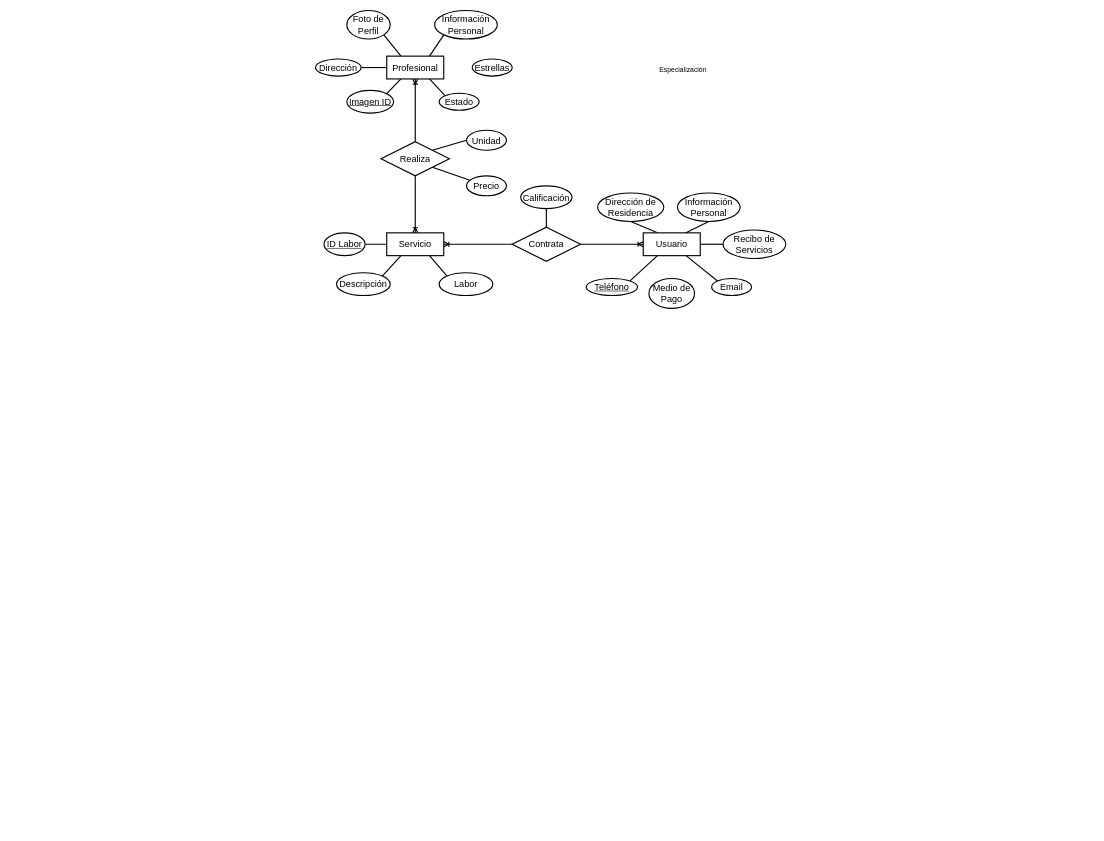
The draw.io diagram Diagramas/Dragrama Entidad-Relacion.drawio in Hazzard1912/domesticapp, before the edit. Source tidied: cells renumbered, new cells numbered last; positions are measured from the earlier drawing's top-left corner, leaving out a move shared by most shapes. Both pictures are drawn from the tidied source at 57%, with x=0, y=0 at pixel (315, 10).
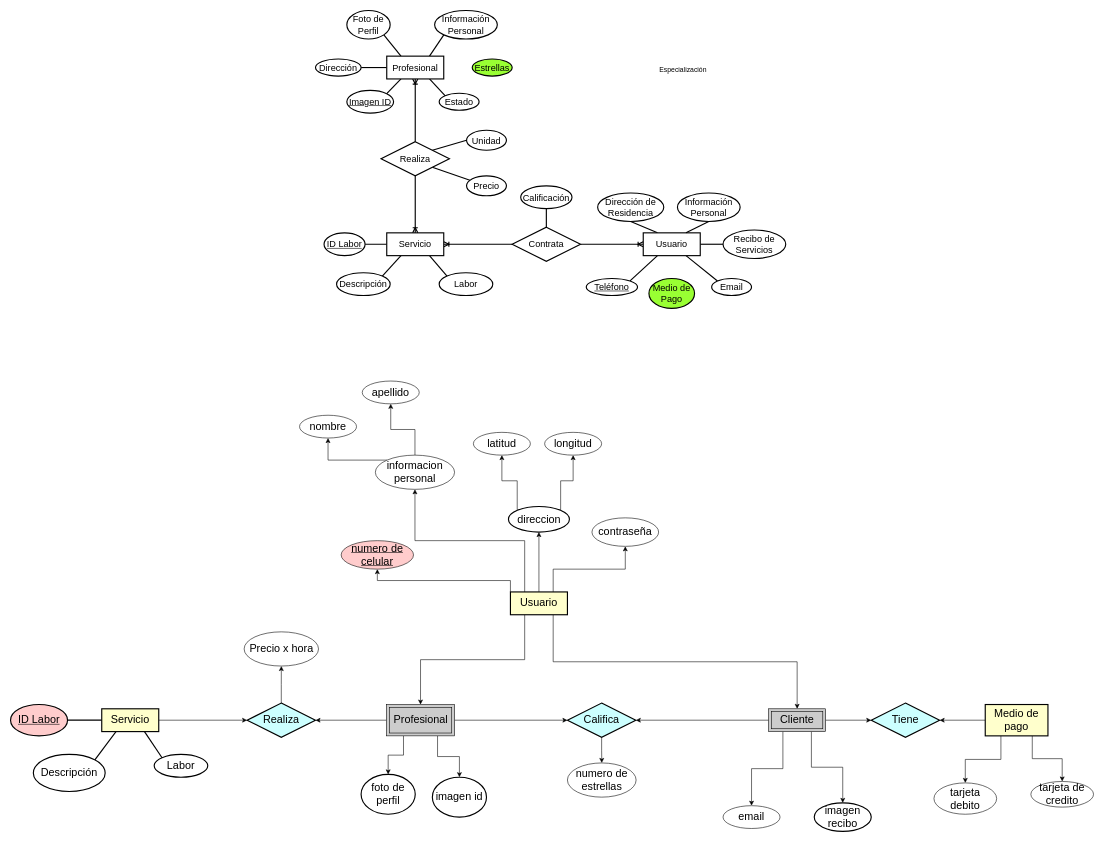
The same page after the edit.

What changed in the source:
```diff
@@
-    <mxCell id="39" value="Medio de Pago" style="ellipse;whiteSpace=wrap;html=1;align=center;fontSize=16;strokeWidth=2;" parent="1" vertex="1">
+    <mxCell id="39" value="Medio de Pago" style="ellipse;whiteSpace=wrap;html=1;align=center;fontSize=16;strokeWidth=2;fillColor=#99FF33;" parent="1" vertex="1">
       <mxGeometry x="585" y="470" width="80" height="52.5" as="geometry" />
     </mxCell>
@@
-    <mxCell id="42" value="Estrellas" style="ellipse;whiteSpace=wrap;html=1;align=center;fontSize=16;strokeWidth=2;" parent="1" vertex="1">
+    <mxCell id="42" value="Estrellas" style="ellipse;whiteSpace=wrap;html=1;align=center;fontSize=16;strokeWidth=2;fillColor=#99FF33;" parent="1" vertex="1">
       <mxGeometry x="275" y="85" width="70" height="30" as="geometry" />
     </mxCell>
@@
+    <mxCell id="46" style="edgeStyle=orthogonalEdgeStyle;rounded=0;jettySize=auto;html=1;exitX=0.25;exitY=1;exitDx=0;exitDy=0;entryX=0.5;entryY=0;entryDx=0;entryDy=0;fontSize=19;" parent="1" edge="1" source="52" target="57">
+      <mxGeometry relative="1" as="geometry" />
+    </mxCell>
+    <mxCell id="47" style="edgeStyle=orthogonalEdgeStyle;rounded=0;jettySize=auto;html=1;exitX=0.75;exitY=1;exitDx=0;exitDy=0;entryX=0.5;entryY=0;entryDx=0;entryDy=0;fontSize=19;" parent="1" edge="1" source="52" target="62">
+      <mxGeometry relative="1" as="geometry" />
+    </mxCell>
+    <mxCell id="48" style="edgeStyle=orthogonalEdgeStyle;rounded=0;jettySize=auto;html=1;exitX=0.5;exitY=0;exitDx=0;exitDy=0;entryX=0.5;entryY=1;entryDx=0;entryDy=0;fontSize=19;" parent="1" edge="1" source="52" target="65">
+      <mxGeometry relative="1" as="geometry" />
+    </mxCell>
+    <mxCell id="49" style="edgeStyle=orthogonalEdgeStyle;rounded=0;jettySize=auto;html=1;exitX=0;exitY=0;exitDx=0;exitDy=0;entryX=0.5;entryY=1;entryDx=0;entryDy=0;fontSize=19;" parent="1" edge="1" source="52" target="80">
+      <mxGeometry relative="1" as="geometry" />
+    </mxCell>
+    <mxCell id="50" style="edgeStyle=orthogonalEdgeStyle;rounded=0;jettySize=auto;html=1;exitX=0.25;exitY=0;exitDx=0;exitDy=0;entryX=0.5;entryY=1;entryDx=0;entryDy=0;fontSize=19;" parent="1" edge="1" source="52" target="73">
+      <mxGeometry relative="1" as="geometry" />
+    </mxCell>
+    <mxCell id="51" style="edgeStyle=orthogonalEdgeStyle;rounded=0;jettySize=auto;html=1;exitX=0.75;exitY=0;exitDx=0;exitDy=0;entryX=0.5;entryY=1;entryDx=0;entryDy=0;fontSize=19;" parent="1" edge="1" source="52" target="79">
+      <mxGeometry relative="1" as="geometry" />
+    </mxCell>
+    <mxCell id="52" value="Usuario" style="whiteSpace=wrap;html=1;align=center;strokeWidth=2;fontSize=19;fillColor=#FFFFCC;" parent="1" vertex="1">
+      <mxGeometry x="342" y="1020" width="100" height="40" as="geometry" />
+    </mxCell>
+    <mxCell id="53" style="edgeStyle=orthogonalEdgeStyle;rounded=0;jettySize=auto;html=1;exitX=0;exitY=0.5;exitDx=0;exitDy=0;entryX=1;entryY=0.5;entryDx=0;entryDy=0;fontSize=19;" parent="1" edge="1" source="57" target="75">
+      <mxGeometry relative="1" as="geometry" />
+    </mxCell>
+    <mxCell id="54" style="edgeStyle=orthogonalEdgeStyle;rounded=0;jettySize=auto;html=1;exitX=1;exitY=0.5;exitDx=0;exitDy=0;entryX=0;entryY=0.5;entryDx=0;entryDy=0;fontSize=19;" parent="1" edge="1" source="57" target="94">
+      <mxGeometry relative="1" as="geometry" />
+    </mxCell>
+    <mxCell id="55" style="edgeStyle=orthogonalEdgeStyle;rounded=0;jettySize=auto;html=1;exitX=0.25;exitY=1;exitDx=0;exitDy=0;entryX=0.5;entryY=0;entryDx=0;entryDy=0;fontSize=19;" parent="1" edge="1" source="57" target="68">
+      <mxGeometry relative="1" as="geometry" />
+    </mxCell>
+    <mxCell id="56" style="edgeStyle=orthogonalEdgeStyle;rounded=0;jettySize=auto;html=1;exitX=0.75;exitY=1;exitDx=0;exitDy=0;entryX=0.5;entryY=0;entryDx=0;entryDy=0;fontSize=19;" parent="1" edge="1" source="57" target="99">
+      <mxGeometry relative="1" as="geometry" />
+    </mxCell>
+    <mxCell id="57" value="Profesional" style="shape=ext;margin=3;double=1;whiteSpace=wrap;html=1;align=center;fillColor=#CCCCCC;fontSize=19;" parent="1" vertex="1">
+      <mxGeometry x="124.5" y="1217.5" width="119.5" height="55" as="geometry" />
+    </mxCell>
+    <mxCell id="58" style="edgeStyle=orthogonalEdgeStyle;rounded=0;jettySize=auto;html=1;exitX=0;exitY=0.5;exitDx=0;exitDy=0;entryX=1;entryY=0.5;entryDx=0;entryDy=0;fontSize=19;" parent="1" edge="1" source="62" target="94">
+      <mxGeometry relative="1" as="geometry" />
+    </mxCell>
+    <mxCell id="59" style="edgeStyle=orthogonalEdgeStyle;rounded=0;jettySize=auto;html=1;exitX=1;exitY=0.5;exitDx=0;exitDy=0;entryX=0;entryY=0.5;entryDx=0;entryDy=0;fontSize=19;" parent="1" edge="1" source="62" target="98">
+      <mxGeometry relative="1" as="geometry" />
+    </mxCell>
+    <mxCell id="60" style="edgeStyle=orthogonalEdgeStyle;rounded=0;jettySize=auto;html=1;exitX=0.25;exitY=1;exitDx=0;exitDy=0;entryX=0.5;entryY=0;entryDx=0;entryDy=0;fontSize=19;" parent="1" edge="1" source="62" target="78">
+      <mxGeometry relative="1" as="geometry" />
+    </mxCell>
+    <mxCell id="61" style="edgeStyle=orthogonalEdgeStyle;rounded=0;jettySize=auto;html=1;exitX=0.75;exitY=1;exitDx=0;exitDy=0;entryX=0.5;entryY=0;entryDx=0;entryDy=0;fontSize=19;" parent="1" edge="1" source="62" target="77">
+      <mxGeometry relative="1" as="geometry" />
+    </mxCell>
+    <mxCell id="62" value="Cliente" style="shape=ext;margin=3;double=1;whiteSpace=wrap;html=1;align=center;fillColor=#CCCCCC;fontSize=19;" parent="1" vertex="1">
+      <mxGeometry x="795" y="1225" width="100" height="40" as="geometry" />
+    </mxCell>
+    <mxCell id="63" style="edgeStyle=orthogonalEdgeStyle;rounded=0;jettySize=auto;html=1;exitX=0;exitY=0;exitDx=0;exitDy=0;entryX=0.5;entryY=1;entryDx=0;entryDy=0;fontSize=19;" parent="1" edge="1" source="65" target="67">
+      <mxGeometry relative="1" as="geometry" />
+    </mxCell>
+    <mxCell id="64" style="edgeStyle=orthogonalEdgeStyle;rounded=0;jettySize=auto;html=1;exitX=1;exitY=0;exitDx=0;exitDy=0;entryX=0.5;entryY=1;entryDx=0;entryDy=0;fontSize=19;" parent="1" edge="1" source="65" target="66">
+      <mxGeometry relative="1" as="geometry" />
+    </mxCell>
+    <mxCell id="65" value="direccion" style="ellipse;whiteSpace=wrap;html=1;align=center;fontSize=19;strokeWidth=2;" parent="1" vertex="1">
+      <mxGeometry x="338.5" y="870" width="107" height="45" as="geometry" />
+    </mxCell>
+    <mxCell id="66" value="longitud" style="ellipse;whiteSpace=wrap;html=1;align=center;fontSize=19;" parent="1" vertex="1">
+      <mxGeometry x="402" y="740" width="100" height="40" as="geometry" />
+    </mxCell>
+    <mxCell id="67" value="latitud" style="ellipse;whiteSpace=wrap;html=1;align=center;fontSize=19;" parent="1" vertex="1">
+      <mxGeometry x="277" y="740" width="100" height="40" as="geometry" />
+    </mxCell>
+    <mxCell id="68" value="foto de perfil" style="ellipse;whiteSpace=wrap;html=1;align=center;fontSize=19;strokeWidth=2;" parent="1" vertex="1">
+      <mxGeometry x="80" y="1340" width="95" height="70" as="geometry" />
+    </mxCell>
+    <mxCell id="69" value="apellido" style="ellipse;whiteSpace=wrap;html=1;align=center;fontSize=19;" parent="1" vertex="1">
+      <mxGeometry x="82" y="650" width="100" height="40" as="geometry" />
+    </mxCell>
+    <mxCell id="70" value="nombre" style="ellipse;whiteSpace=wrap;html=1;align=center;fontSize=19;" parent="1" vertex="1">
+      <mxGeometry x="-28" y="710" width="100" height="40" as="geometry" />
+    </mxCell>
+    <mxCell id="71" style="edgeStyle=orthogonalEdgeStyle;rounded=0;jettySize=auto;html=1;exitX=0;exitY=0;exitDx=0;exitDy=0;entryX=0.5;entryY=1;entryDx=0;entryDy=0;fontSize=19;" parent="1" edge="1" source="73" target="70">
+      <mxGeometry relative="1" as="geometry" />
+    </mxCell>
+    <mxCell id="72" style="edgeStyle=orthogonalEdgeStyle;rounded=0;jettySize=auto;html=1;exitX=0.5;exitY=0;exitDx=0;exitDy=0;entryX=0.5;entryY=1;entryDx=0;entryDy=0;fontSize=19;" parent="1" edge="1" source="73" target="69">
+      <mxGeometry relative="1" as="geometry" />
+    </mxCell>
+    <mxCell id="73" value="informacion personal" style="ellipse;whiteSpace=wrap;html=1;align=center;fontSize=19;" parent="1" vertex="1">
+      <mxGeometry x="105" y="780" width="139" height="60" as="geometry" />
+    </mxCell>
+    <mxCell id="74" style="edgeStyle=orthogonalEdgeStyle;rounded=0;jettySize=auto;html=1;exitX=0.5;exitY=0;exitDx=0;exitDy=0;entryX=0.5;entryY=1;entryDx=0;entryDy=0;fontSize=19;" parent="1" edge="1" source="75" target="76">
+      <mxGeometry relative="1" as="geometry" />
+    </mxCell>
+    <mxCell id="75" value="Realiza" style="shape=rhombus;perimeter=rhombusPerimeter;whiteSpace=wrap;html=1;align=center;strokeWidth=2;fontSize=19;fillColor=#CCFFFF;" parent="1" vertex="1">
+      <mxGeometry x="-120" y="1215" width="120" height="60" as="geometry" />
+    </mxCell>
+    <mxCell id="76" value="Precio x hora" style="ellipse;whiteSpace=wrap;html=1;align=center;fontSize=19;" parent="1" vertex="1">
+      <mxGeometry x="-125.2" y="1090" width="130.5" height="60" as="geometry" />
+    </mxCell>
+    <mxCell id="77" value="imagen recibo" style="ellipse;whiteSpace=wrap;html=1;align=center;fontSize=19;strokeWidth=2;" parent="1" vertex="1">
+      <mxGeometry x="875" y="1390" width="100" height="50" as="geometry" />
+    </mxCell>
+    <mxCell id="78" value="email" style="ellipse;whiteSpace=wrap;html=1;align=center;fontSize=19;" parent="1" vertex="1">
+      <mxGeometry x="715" y="1395" width="100" height="40" as="geometry" />
+    </mxCell>
+    <mxCell id="79" value="contraseña" style="ellipse;whiteSpace=wrap;html=1;align=center;fontSize=19;" parent="1" vertex="1">
+      <mxGeometry x="485" y="890" width="117" height="50" as="geometry" />
+    </mxCell>
+    <mxCell id="80" value="numero de celular" style="ellipse;whiteSpace=wrap;html=1;align=center;fontStyle=4;fillColor=#FFCCCC;fontSize=19;" parent="1" vertex="1">
+      <mxGeometry x="45" y="930" width="127" height="50" as="geometry" />
+    </mxCell>
+    <mxCell id="81" style="edgeStyle=orthogonalEdgeStyle;rounded=0;jettySize=auto;html=1;exitX=1;exitY=0.5;exitDx=0;exitDy=0;endArrow=none;endFill=0;strokeWidth=2;fontSize=19;" parent="1" edge="1" source="82" target="86">
+      <mxGeometry relative="1" as="geometry" />
+    </mxCell>
+    <mxCell id="82" value="ID Labor" style="ellipse;whiteSpace=wrap;html=1;align=center;fontSize=19;strokeWidth=2;fontStyle=4;fillColor=#FFCCCC;" parent="1" vertex="1">
+      <mxGeometry x="-535" y="1217.5" width="100" height="55" as="geometry" />
+    </mxCell>
+    <mxCell id="83" style="rounded=0;jettySize=auto;html=1;exitX=0.75;exitY=1;exitDx=0;exitDy=0;entryX=0;entryY=0;entryDx=0;entryDy=0;endArrow=none;endFill=0;strokeWidth=2;fontSize=19;" parent="1" edge="1" source="86" target="87">
+      <mxGeometry relative="1" as="geometry" />
+    </mxCell>
+    <mxCell id="84" style="rounded=0;jettySize=auto;html=1;exitX=0.25;exitY=1;exitDx=0;exitDy=0;entryX=1;entryY=0;entryDx=0;entryDy=0;endArrow=none;endFill=0;strokeWidth=2;fontSize=19;" parent="1" edge="1" source="86" target="88">
+      <mxGeometry relative="1" as="geometry" />
+    </mxCell>
+    <mxCell id="85" style="edgeStyle=orthogonalEdgeStyle;rounded=0;jettySize=auto;html=1;exitX=1;exitY=0.5;exitDx=0;exitDy=0;entryX=0;entryY=0.5;entryDx=0;entryDy=0;fontSize=19;" parent="1" edge="1" source="86" target="75">
+      <mxGeometry relative="1" as="geometry" />
+    </mxCell>
+    <mxCell id="86" value="Servicio" style="whiteSpace=wrap;html=1;align=center;strokeWidth=2;fontSize=19;fillColor=#FFFFCC;" parent="1" vertex="1">
+      <mxGeometry x="-375" y="1225" width="100" height="40" as="geometry" />
+    </mxCell>
+    <mxCell id="87" value="Labor" style="ellipse;whiteSpace=wrap;html=1;align=center;fontSize=19;strokeWidth=2;" parent="1" vertex="1">
+      <mxGeometry x="-283" y="1305" width="94" height="40" as="geometry" />
+    </mxCell>
+    <mxCell id="88" value="Descripción" style="ellipse;whiteSpace=wrap;html=1;align=center;fontSize=19;strokeWidth=2;" parent="1" vertex="1">
+      <mxGeometry x="-495" y="1305" width="126" height="65" as="geometry" />
+    </mxCell>
+    <mxCell id="89" style="edgeStyle=orthogonalEdgeStyle;rounded=0;jettySize=auto;html=1;exitX=0;exitY=0.5;exitDx=0;exitDy=0;entryX=1;entryY=0.5;entryDx=0;entryDy=0;fontSize=19;" parent="1" edge="1" source="92" target="98">
+      <mxGeometry relative="1" as="geometry" />
+    </mxCell>
+    <mxCell id="90" style="edgeStyle=orthogonalEdgeStyle;rounded=0;jettySize=auto;html=1;exitX=0.25;exitY=1;exitDx=0;exitDy=0;entryX=0.5;entryY=0;entryDx=0;entryDy=0;fontSize=19;" parent="1" edge="1" source="92" target="96">
+      <mxGeometry relative="1" as="geometry" />
+    </mxCell>
+    <mxCell id="91" style="edgeStyle=orthogonalEdgeStyle;rounded=0;jettySize=auto;html=1;exitX=0.75;exitY=1;exitDx=0;exitDy=0;entryX=0.5;entryY=0;entryDx=0;entryDy=0;fontSize=19;" parent="1" edge="1" source="92" target="97">
+      <mxGeometry relative="1" as="geometry" />
+    </mxCell>
+    <mxCell id="92" value="Medio de pago" style="whiteSpace=wrap;html=1;align=center;strokeWidth=2;fontSize=19;fillColor=#FFFFCC;" parent="1" vertex="1">
+      <mxGeometry x="1175" y="1217.5" width="110" height="55" as="geometry" />
+    </mxCell>
+    <mxCell id="93" style="edgeStyle=orthogonalEdgeStyle;rounded=0;jettySize=auto;html=1;exitX=0.5;exitY=1;exitDx=0;exitDy=0;entryX=0.5;entryY=0;entryDx=0;entryDy=0;fontSize=19;" parent="1" edge="1" source="94" target="95">
+      <mxGeometry relative="1" as="geometry" />
+    </mxCell>
+    <mxCell id="94" value="Califica" style="shape=rhombus;perimeter=rhombusPerimeter;whiteSpace=wrap;html=1;align=center;strokeWidth=2;fontSize=19;fillColor=#CCFFFF;" parent="1" vertex="1">
+      <mxGeometry x="442" y="1215" width="120" height="60" as="geometry" />
+    </mxCell>
+    <mxCell id="95" value="numero de estrellas" style="ellipse;whiteSpace=wrap;html=1;align=center;fontSize=19;" parent="1" vertex="1">
+      <mxGeometry x="442" y="1320" width="120.5" height="60" as="geometry" />
+    </mxCell>
+    <mxCell id="96" value="tarjeta debito" style="ellipse;whiteSpace=wrap;html=1;align=center;fontSize=19;" parent="1" vertex="1">
+      <mxGeometry x="1085" y="1355" width="110" height="55" as="geometry" />
+    </mxCell>
+    <mxCell id="97" value="tarjeta de credito" style="ellipse;whiteSpace=wrap;html=1;align=center;fontSize=19;" parent="1" vertex="1">
+      <mxGeometry x="1255" y="1352.5" width="110" height="45" as="geometry" />
+    </mxCell>
+    <mxCell id="98" value="Tiene" style="shape=rhombus;perimeter=rhombusPerimeter;whiteSpace=wrap;html=1;align=center;strokeWidth=2;fontSize=19;fillColor=#CCFFFF;" parent="1" vertex="1">
+      <mxGeometry x="975" y="1215" width="120" height="60" as="geometry" />
+    </mxCell>
+    <mxCell id="99" value="imagen id" style="ellipse;whiteSpace=wrap;html=1;align=center;fontSize=19;strokeWidth=2;" parent="1" vertex="1">
+      <mxGeometry x="205" y="1345" width="95" height="70" as="geometry" />
+    </mxCell>
```
